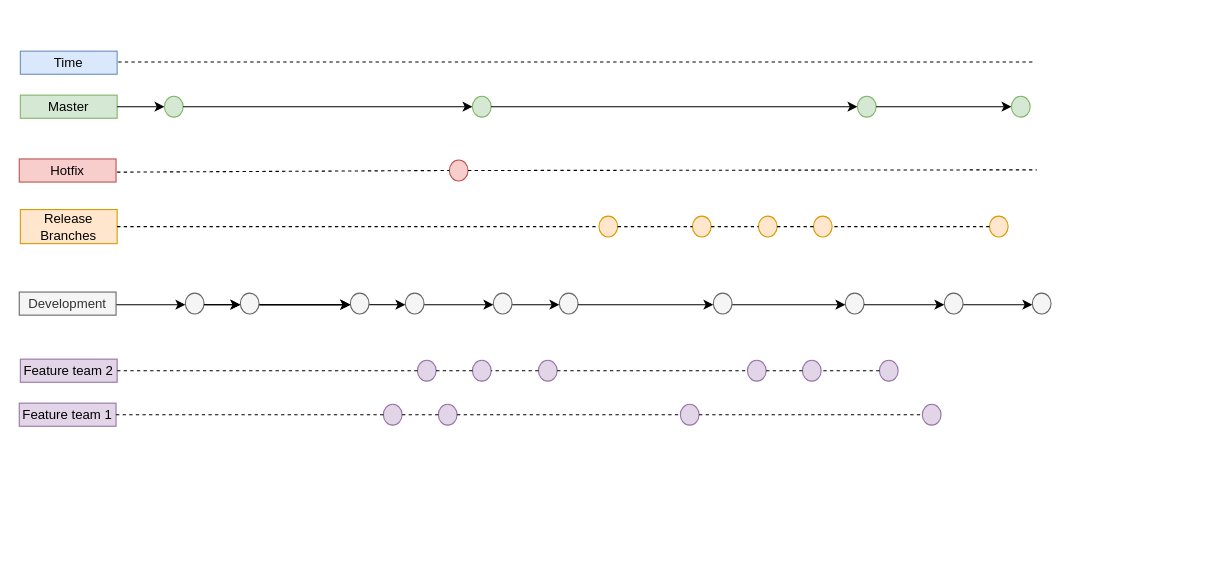
This is Flipped_Diagram.drawio from SaiTejdev/Foot_Draw, a draw.io file, before an edit. Source tidied: cells renumbered, new cells numbered last; positions are measured from the earlier drawing's top-left corner, leaving out a move shared by most shapes. Both pictures are drawn from the tidied source at 110%, with x=0, y=0 at pixel (19, 51).
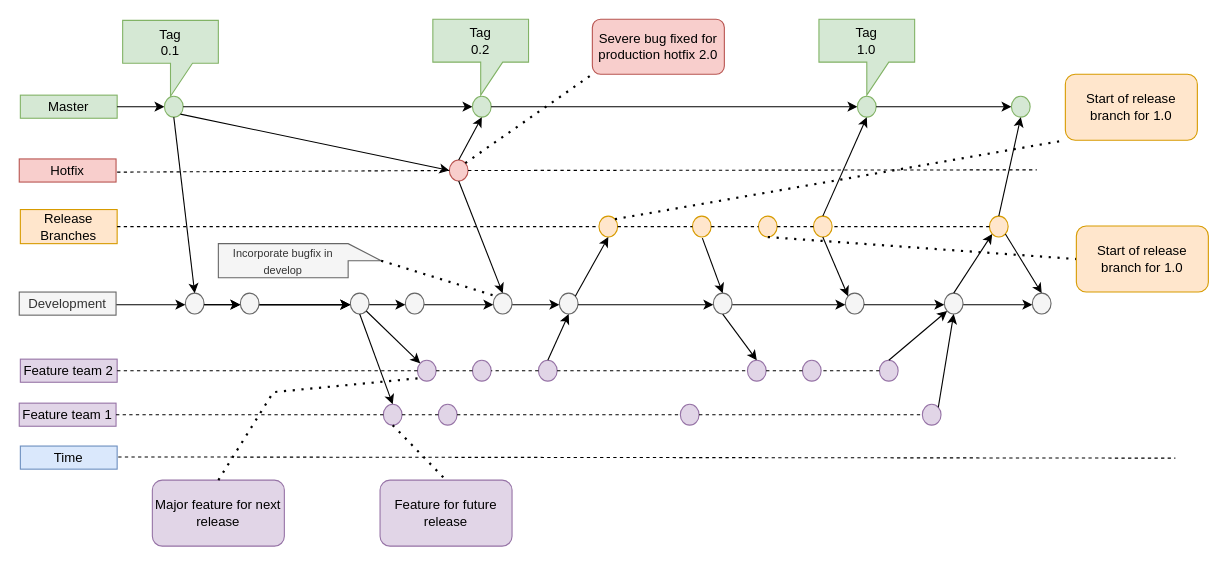
The same diagram, later.

Unchanged cells that the change refers to:
```xml
<mxCell id="7" style="ellipse;whiteSpace=wrap;html=1;fontSize=12;fillColor=#e1d5e7;strokeColor=#9673a6;direction=west;flipH=0;" parent="1" vertex="1">
  <mxGeometry x="331" y="321" width="17" height="19" as="geometry" />
</mxCell>
<mxCell id="10" style="ellipse;whiteSpace=wrap;html=1;fontSize=12;fillColor=#e1d5e7;strokeColor=#9673a6;direction=west;flipH=0;" parent="1" vertex="1">
  <mxGeometry x="821" y="321" width="17" height="19" as="geometry" />
</mxCell>
<mxCell id="12" style="ellipse;whiteSpace=wrap;html=1;fontSize=12;fillColor=#ffe6cc;strokeColor=#d79b00;direction=west;flipH=0;" parent="1" vertex="1">
  <mxGeometry x="527" y="150" width="17" height="19" as="geometry" />
</mxCell>
<mxCell id="13" style="ellipse;whiteSpace=wrap;html=1;fontSize=12;fillColor=#ffe6cc;strokeColor=#d79b00;direction=west;flipH=0;" parent="1" vertex="1">
  <mxGeometry x="672" y="150" width="17" height="19" as="geometry" />
</mxCell>
<mxCell id="14" style="ellipse;whiteSpace=wrap;html=1;fontSize=12;fillColor=#ffe6cc;strokeColor=#d79b00;direction=west;flipH=0;" parent="1" vertex="1">
  <mxGeometry x="722" y="150" width="17" height="19" as="geometry" />
</mxCell>
<mxCell id="15" style="ellipse;whiteSpace=wrap;html=1;fontSize=12;fillColor=#ffe6cc;strokeColor=#d79b00;direction=west;flipH=0;" parent="1" vertex="1">
  <mxGeometry x="882" y="150" width="17" height="19" as="geometry" />
</mxCell>
<mxCell id="16" style="ellipse;whiteSpace=wrap;html=1;fontSize=12;fillColor=#f8cecc;strokeColor=#b85450;direction=west;flipH=0;" parent="1" vertex="1">
  <mxGeometry x="391" y="99" width="17" height="19" as="geometry" />
</mxCell>
<mxCell id="18" style="ellipse;whiteSpace=wrap;html=1;fontSize=12;fillColor=#d5e8d4;strokeColor=#82b366;direction=east;" parent="1" vertex="1">
  <mxGeometry x="132" y="41" width="17" height="19" as="geometry" />
</mxCell>
<mxCell id="20" style="ellipse;whiteSpace=wrap;html=1;fontSize=12;fillColor=#d5e8d4;strokeColor=#82b366;direction=west;flipH=0;" parent="1" vertex="1">
  <mxGeometry x="412" y="41" width="17" height="19" as="geometry" />
</mxCell>
<mxCell id="22" style="ellipse;whiteSpace=wrap;html=1;fontSize=12;fillColor=#d5e8d4;strokeColor=#82b366;direction=west;flipH=0;" parent="1" vertex="1">
  <mxGeometry x="762" y="41" width="17" height="19" as="geometry" />
</mxCell>
<mxCell id="24" style="ellipse;whiteSpace=wrap;html=1;fontSize=12;fillColor=#d5e8d4;strokeColor=#82b366;direction=west;flipH=0;" parent="1" vertex="1">
  <mxGeometry x="902" y="41" width="17" height="19" as="geometry" />
</mxCell>
<mxCell id="31" style="ellipse;whiteSpace=wrap;html=1;fontSize=12;fillColor=#f5f5f5;strokeColor=#666666;fontColor=#333333;direction=west;flipH=0;" parent="1" vertex="1">
  <mxGeometry x="431" y="220" width="17" height="19" as="geometry" />
</mxCell>
<mxCell id="33" style="ellipse;whiteSpace=wrap;html=1;fontSize=12;fillColor=#f5f5f5;strokeColor=#666666;fontColor=#333333;direction=west;flipH=0;" parent="1" vertex="1">
  <mxGeometry x="751" y="220" width="17" height="19" as="geometry" />
</mxCell>
<mxCell id="34" style="ellipse;whiteSpace=wrap;html=1;fontSize=12;fillColor=#f5f5f5;strokeColor=#666666;fontColor=#333333;direction=west;flipH=0;" parent="1" vertex="1">
  <mxGeometry x="921" y="220" width="17" height="19" as="geometry" />
</mxCell>
<mxCell id="36" style="ellipse;whiteSpace=wrap;html=1;fontSize=12;fillColor=#f5f5f5;strokeColor=#666666;fontColor=#333333;direction=west;flipH=0;" parent="1" vertex="1">
  <mxGeometry x="491" y="220" width="17" height="19" as="geometry" />
</mxCell>
<mxCell id="38" style="ellipse;whiteSpace=wrap;html=1;fontSize=12;fillColor=#f5f5f5;strokeColor=#666666;fontColor=#333333;direction=west;flipH=0;" parent="1" vertex="1">
  <mxGeometry x="841" y="220" width="17" height="19" as="geometry" />
</mxCell>
<mxCell id="41" style="ellipse;whiteSpace=wrap;html=1;fontSize=12;fillColor=#f5f5f5;fontColor=#333333;strokeColor=#666666;direction=west;flipH=0;" parent="1" vertex="1">
  <mxGeometry x="151" y="220" width="17" height="19" as="geometry" />
</mxCell>
<mxCell id="45" style="ellipse;whiteSpace=wrap;html=1;fontSize=12;fillColor=#f5f5f5;strokeColor=#666666;fontColor=#333333;direction=west;flipH=0;" parent="1" vertex="1">
  <mxGeometry x="631" y="220" width="17" height="19" as="geometry" />
</mxCell>
<mxCell id="47" style="ellipse;whiteSpace=wrap;html=1;fontSize=12;fillColor=#f5f5f5;strokeColor=#666666;fontColor=#333333;direction=west;flipH=0;" parent="1" vertex="1">
  <mxGeometry x="301" y="220" width="17" height="19" as="geometry" />
</mxCell>
<mxCell id="51" style="ellipse;whiteSpace=wrap;html=1;fontSize=12;fillColor=#e1d5e7;strokeColor=#9673a6;direction=west;flipH=0;" parent="1" vertex="1">
  <mxGeometry x="362" y="281" width="17" height="19" as="geometry" />
</mxCell>
<mxCell id="53" style="ellipse;whiteSpace=wrap;html=1;fontSize=12;fillColor=#e1d5e7;strokeColor=#9673a6;direction=west;flipH=0;" parent="1" vertex="1">
  <mxGeometry x="662" y="281" width="17" height="19" as="geometry" />
</mxCell>
<mxCell id="54" style="ellipse;whiteSpace=wrap;html=1;fontSize=12;fillColor=#e1d5e7;strokeColor=#9673a6;direction=west;flipH=0;" parent="1" vertex="1">
  <mxGeometry x="782" y="281" width="17" height="19" as="geometry" />
</mxCell>
<mxCell id="55" style="ellipse;whiteSpace=wrap;html=1;fontSize=12;fillColor=#e1d5e7;strokeColor=#9673a6;direction=west;flipH=0;" parent="1" vertex="1">
  <mxGeometry x="472" y="281" width="17" height="19" as="geometry" />
</mxCell>
```

The edit, as a diff of the source:
```diff
@@
     <mxCell id="6" value="Time" style="text;html=1;strokeColor=#6c8ebf;fillColor=#dae8fc;align=center;verticalAlign=middle;whiteSpace=wrap;rounded=0;direction=east;" parent="1" vertex="1">
-      <mxGeometry x="1" width="88" height="21" as="geometry" />
+      <mxGeometry x="1" y="359" width="88" height="21" as="geometry" />
     </mxCell>
@@
     <mxCell id="25" style="endArrow=none;dashed=1;html=1;rounded=0;" parent="1" edge="1">
       <mxGeometry relative="1" as="geometry">
-        <mxPoint x="90" y="9.9" as="sourcePoint" />
-        <mxPoint x="922" y="9.9" as="targetPoint" />
+        <mxPoint x="90" y="368.9" as="sourcePoint" />
+        <mxPoint x="1051" y="370" as="targetPoint" />
       </mxGeometry>
     </mxCell>
@@
+    <mxCell id="74" style="endArrow=classic;html=1;rounded=0;exitX=0;exitY=1;exitDx=0;exitDy=0;entryX=0.5;entryY=0;entryDx=0;entryDy=0;" parent="1" edge="1" source="10" target="38">
+      <mxGeometry relative="1" as="geometry" />
+    </mxCell>
+    <mxCell id="75" style="endArrow=classic;html=1;rounded=0;exitX=0.5;exitY=1;exitDx=0;exitDy=0;entryX=1;entryY=0;entryDx=0;entryDy=0;" parent="1" edge="1" source="54" target="38">
+      <mxGeometry relative="1" as="geometry" />
+    </mxCell>
+    <mxCell id="76" style="endArrow=classic;html=1;rounded=0;entryX=0.5;entryY=1;entryDx=0;entryDy=0;exitX=0.5;exitY=0;exitDx=0;exitDy=0;" parent="1" edge="1" source="45" target="53">
+      <mxGeometry relative="1" as="geometry" />
+    </mxCell>
+    <mxCell id="77" style="endArrow=classic;html=1;rounded=0;exitX=0.5;exitY=1;exitDx=0;exitDy=0;entryX=0.5;entryY=0;entryDx=0;entryDy=0;" parent="1" edge="1" source="55" target="36">
+      <mxGeometry relative="1" as="geometry" />
+    </mxCell>
+    <mxCell id="78" style="endArrow=classic;html=1;rounded=0;entryX=0.5;entryY=1;entryDx=0;entryDy=0;exitX=0.5;exitY=0;exitDx=0;exitDy=0;" parent="1" edge="1" source="47" target="7">
+      <mxGeometry relative="1" as="geometry" />
+    </mxCell>
+    <mxCell id="79" style="endArrow=classic;html=1;rounded=0;exitX=0;exitY=0;exitDx=0;exitDy=0;entryX=1;entryY=1;entryDx=0;entryDy=0;" parent="1" edge="1" source="47" target="51">
+      <mxGeometry relative="1" as="geometry" />
+    </mxCell>
+    <mxCell id="80" style="endArrow=classic;html=1;rounded=0;exitX=0;exitY=1;exitDx=0;exitDy=0;entryX=0.5;entryY=0;entryDx=0;entryDy=0;" parent="1" edge="1" source="36" target="12">
+      <mxGeometry relative="1" as="geometry" />
+    </mxCell>
+    <mxCell id="81" style="endArrow=classic;html=1;rounded=0;entryX=0.5;entryY=1;entryDx=0;entryDy=0;" parent="1" edge="1" target="45">
+      <mxGeometry relative="1" as="geometry">
+        <mxPoint x="621" y="170" as="sourcePoint" />
+      </mxGeometry>
+    </mxCell>
+    <mxCell id="82" style="endArrow=classic;html=1;rounded=0;entryX=1;entryY=1;entryDx=0;entryDy=0;exitX=0.5;exitY=0;exitDx=0;exitDy=0;" parent="1" edge="1" source="14" target="33">
+      <mxGeometry relative="1" as="geometry" />
+    </mxCell>
+    <mxCell id="83" style="endArrow=classic;html=1;rounded=0;entryX=0.5;entryY=1;entryDx=0;entryDy=0;exitX=0;exitY=0;exitDx=0;exitDy=0;" parent="1" edge="1" source="15" target="34">
+      <mxGeometry relative="1" as="geometry" />
+    </mxCell>
+    <mxCell id="84" style="endArrow=classic;html=1;rounded=0;exitX=0.5;exitY=1;exitDx=0;exitDy=0;entryX=1;entryY=0;entryDx=0;entryDy=0;" parent="1" edge="1" source="38" target="15">
+      <mxGeometry relative="1" as="geometry" />
+    </mxCell>
+    <mxCell id="85" style="endArrow=classic;html=1;rounded=0;entryX=0.5;entryY=0;entryDx=0;entryDy=0;exitX=0.5;exitY=1;exitDx=0;exitDy=0;" parent="1" edge="1" source="14" target="22">
+      <mxGeometry relative="1" as="geometry" />
+    </mxCell>
+    <mxCell id="86" style="endArrow=classic;html=1;rounded=0;entryX=0.5;entryY=0;entryDx=0;entryDy=0;exitX=0.5;exitY=1;exitDx=0;exitDy=0;" parent="1" edge="1" source="15" target="24">
+      <mxGeometry relative="1" as="geometry" />
+    </mxCell>
+    <mxCell id="87" style="endArrow=classic;html=1;rounded=0;entryX=0.5;entryY=1;entryDx=0;entryDy=0;exitX=0.5;exitY=0;exitDx=0;exitDy=0;" parent="1" edge="1" source="16" target="31">
+      <mxGeometry relative="1" as="geometry" />
+    </mxCell>
+    <mxCell id="88" style="endArrow=classic;html=1;rounded=0;exitX=0.5;exitY=1;exitDx=0;exitDy=0;entryX=0.5;entryY=1;entryDx=0;entryDy=0;" parent="1" edge="1" source="18" target="41">
+      <mxGeometry relative="1" as="geometry" />
+    </mxCell>
+    <mxCell id="89" style="endArrow=classic;html=1;rounded=0;exitX=1;exitY=1;exitDx=0;exitDy=0;entryX=1;entryY=0.5;entryDx=0;entryDy=0;" parent="1" edge="1" source="18" target="16">
+      <mxGeometry relative="1" as="geometry" />
+    </mxCell>
+    <mxCell id="90" style="endArrow=classic;html=1;rounded=0;entryX=0.5;entryY=0;entryDx=0;entryDy=0;exitX=0.5;exitY=1;exitDx=0;exitDy=0;" parent="1" edge="1" source="16" target="20">
+      <mxGeometry relative="1" as="geometry" />
+    </mxCell>
+    <mxCell id="91" value="Tag&lt;br&gt;1.0" style="shape=callout;whiteSpace=wrap;html=1;perimeter=calloutPerimeter;direction=east;fillColor=#d5e8d4;strokeColor=#82b366;" parent="1" vertex="1">
+      <mxGeometry x="727" y="-29" width="87" height="69" as="geometry" />
+    </mxCell>
+    <mxCell id="92" value="Tag&lt;br&gt;0.2" style="shape=callout;whiteSpace=wrap;html=1;perimeter=calloutPerimeter;direction=east;fillColor=#d5e8d4;strokeColor=#82b366;" parent="1" vertex="1">
+      <mxGeometry x="376" y="-29" width="87" height="69" as="geometry" />
+    </mxCell>
+    <mxCell id="93" value="Tag&lt;br&gt;0.1" style="shape=callout;whiteSpace=wrap;html=1;perimeter=calloutPerimeter;direction=east;fillColor=#d5e8d4;strokeColor=#82b366;" parent="1" vertex="1">
+      <mxGeometry x="94" y="-28" width="87" height="69" as="geometry" />
+    </mxCell>
+    <mxCell id="94" value="&lt;font style=&quot;font-size: 10px;&quot;&gt;Incorporate bugfix in develop&lt;br&gt;&lt;/font&gt;" style="shape=callout;whiteSpace=wrap;html=1;perimeter=calloutPerimeter;direction=north;fillColor=#f5f5f5;strokeColor=#666666;fontColor=#333333;" parent="1" vertex="1">
+      <mxGeometry x="181" y="175" width="148" height="31" as="geometry" />
+    </mxCell>
+    <mxCell id="95" value="Severe bug fixed for production hotfix 2.0" style="rounded=1;whiteSpace=wrap;html=1;fillColor=#f8cecc;strokeColor=#b85450;" parent="1" vertex="1">
+      <mxGeometry x="521" y="-29" width="120" height="50" as="geometry" />
+    </mxCell>
+    <mxCell id="96" style="endArrow=none;dashed=1;html=1;dashPattern=1 3;strokeWidth=2;rounded=0;entryX=0;entryY=1;entryDx=0;entryDy=0;exitX=0;exitY=1;exitDx=0;exitDy=0;" parent="1" edge="1" source="12" target="99">
+      <mxGeometry relative="1" as="geometry" />
+    </mxCell>
+    <mxCell id="97" style="endArrow=none;dashed=1;html=1;dashPattern=1 3;strokeWidth=2;rounded=0;entryX=0;entryY=1;entryDx=0;entryDy=0;exitX=0;exitY=1;exitDx=0;exitDy=0;" parent="1" edge="1" source="16" target="95">
+      <mxGeometry relative="1" as="geometry" />
+    </mxCell>
+    <mxCell id="98" style="endArrow=none;dashed=1;html=1;dashPattern=1 3;strokeWidth=2;rounded=0;entryX=0;entryY=0.5;entryDx=0;entryDy=0;exitX=0.5;exitY=0;exitDx=0;exitDy=0;" parent="1" edge="1" source="13" target="100">
+      <mxGeometry relative="1" as="geometry" />
+    </mxCell>
+    <mxCell id="99" value="Start of release branch for 1.0" style="rounded=1;whiteSpace=wrap;html=1;fillColor=#ffe6cc;strokeColor=#d79b00;" parent="1" vertex="1">
+      <mxGeometry x="951" y="21" width="120" height="60" as="geometry" />
+    </mxCell>
+    <mxCell id="100" value="Start of release branch for 1.0" style="rounded=1;whiteSpace=wrap;html=1;fillColor=#ffe6cc;strokeColor=#d79b00;" parent="1" vertex="1">
+      <mxGeometry x="961" y="159" width="120" height="60" as="geometry" />
+    </mxCell>
+    <mxCell id="101" style="endArrow=none;dashed=1;html=1;dashPattern=1 3;strokeWidth=2;rounded=0;entryX=1;entryY=1;entryDx=0;entryDy=0;exitX=0;exitY=0;exitDx=15.5;exitDy=148;exitPerimeter=0;" parent="1" edge="1" source="94" target="31">
+      <mxGeometry relative="1" as="geometry" />
+    </mxCell>
+    <mxCell id="102" value="Major feature for next release" style="rounded=1;whiteSpace=wrap;html=1;fillColor=#e1d5e7;strokeColor=#9673a6;" parent="1" vertex="1">
+      <mxGeometry x="121" y="390" width="120" height="60" as="geometry" />
+    </mxCell>
+    <mxCell id="103" value="Feature for future release" style="rounded=1;whiteSpace=wrap;html=1;fillColor=#e1d5e7;strokeColor=#9673a6;" parent="1" vertex="1">
+      <mxGeometry x="328" y="390" width="120" height="60" as="geometry" />
+    </mxCell>
+    <mxCell id="104" style="endArrow=none;dashed=1;html=1;dashPattern=1 3;strokeWidth=2;rounded=0;entryX=1;entryY=0;entryDx=0;entryDy=0;exitX=0.5;exitY=0;exitDx=0;exitDy=0;" parent="1" edge="1" source="102" target="51">
+      <mxGeometry relative="1" as="geometry">
+        <Array as="points">
+          <mxPoint x="231" y="310" />
+        </Array>
+      </mxGeometry>
+    </mxCell>
+    <mxCell id="105" style="endArrow=none;dashed=1;html=1;dashPattern=1 3;strokeWidth=2;rounded=0;entryX=0.5;entryY=0;entryDx=0;entryDy=0;exitX=0.5;exitY=0;exitDx=0;exitDy=0;" parent="1" edge="1" source="7" target="103">
+      <mxGeometry relative="1" as="geometry" />
+    </mxCell>
```
